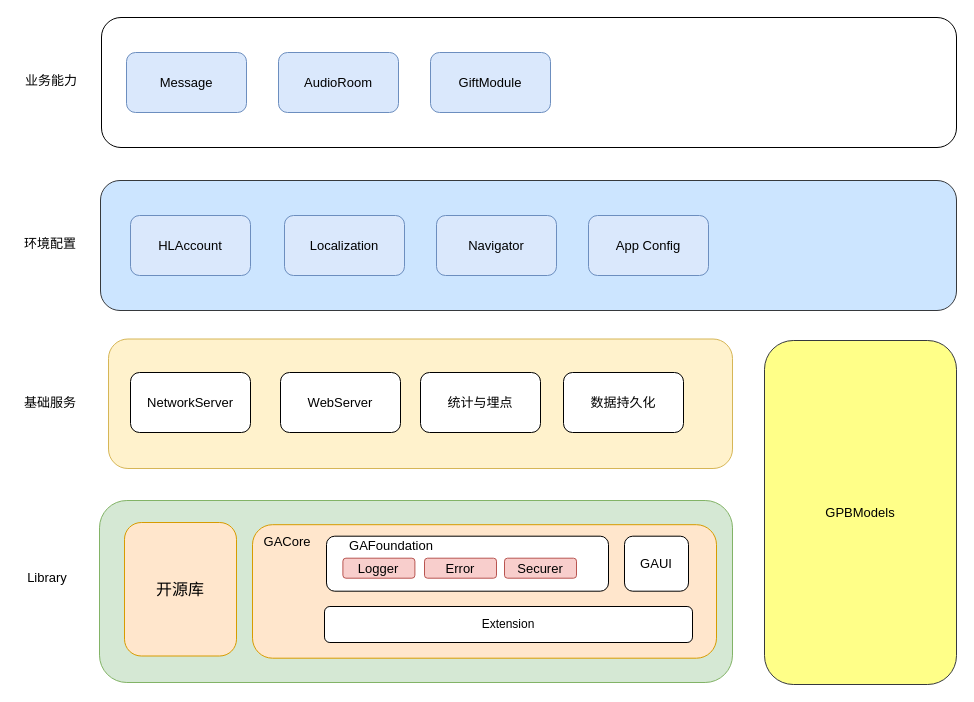
ygg29/UML keeps this draw.io diagram as diagrams/Hala2.0.drawio. Above is the earlier version. Source tidied: cells renumbered, new cells numbered last; positions are measured from the earlier drawing's top-left corner, leaving out a move shared by most shapes. Both pictures are drawn from the tidied source at 100%, with x=0, y=0 at pixel (17, 17).
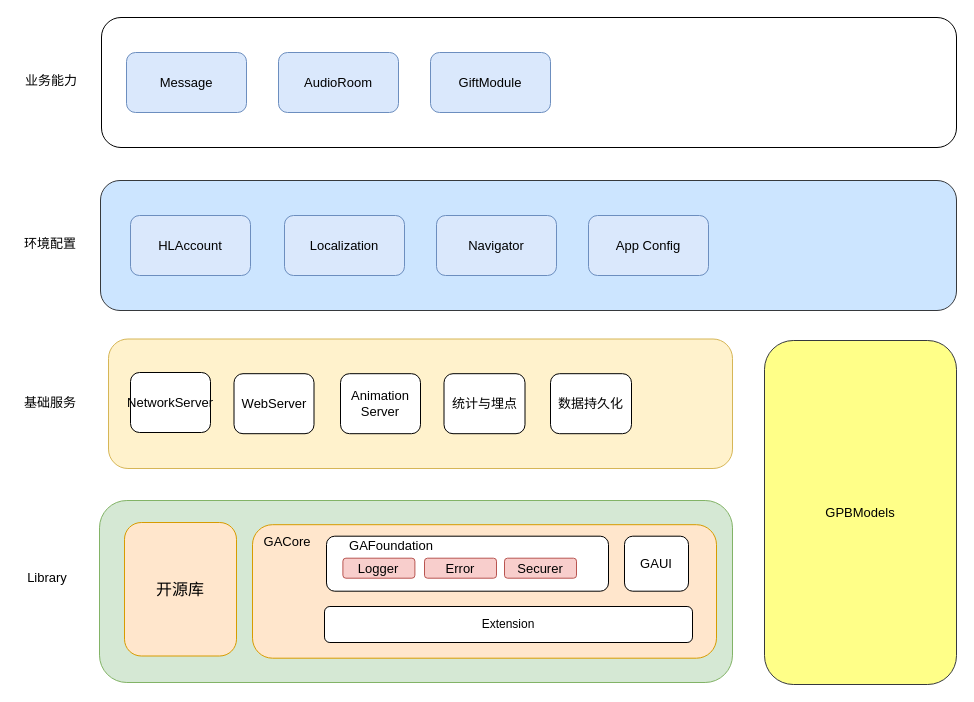
The same diagram, later.

The edit, as a diff of the source:
```diff
@@
     <mxCell id="4" value="NetworkServer" style="rounded=1;whiteSpace=wrap;html=1;fontSize=13;strokeColor=default;" parent="1" vertex="1">
-      <mxGeometry x="113" y="355" width="120" height="60" as="geometry" />
+      <mxGeometry x="113" y="355" width="80" height="60" as="geometry" />
     </mxCell>
     <mxCell id="5" value="WebServer" style="rounded=1;whiteSpace=wrap;html=1;fontSize=13;strokeColor=default;" parent="1" vertex="1">
-      <mxGeometry x="263" y="355" width="120" height="60" as="geometry" />
+      <mxGeometry x="216.5" y="356.2" width="80" height="60" as="geometry" />
     </mxCell>
-    <mxCell id="6" value="统计与埋点" style="rounded=1;whiteSpace=wrap;html=1;fontSize=13;strokeColor=default;" parent="1" vertex="1">
-      <mxGeometry x="403" y="355" width="120" height="60" as="geometry" />
+    <mxCell id="6" value="Animation&lt;br&gt;Server" style="rounded=1;whiteSpace=wrap;html=1;fontSize=13;strokeColor=default;" parent="1" vertex="1">
+      <mxGeometry x="323" y="356.2" width="80" height="60" as="geometry" />
     </mxCell>
-    <mxCell id="7" value="数据持久化" style="rounded=1;whiteSpace=wrap;html=1;fontSize=13;strokeColor=default;" parent="1" vertex="1">
-      <mxGeometry x="546" y="355" width="120" height="60" as="geometry" />
+    <mxCell id="7" value="统计与埋点" style="rounded=1;whiteSpace=wrap;html=1;fontSize=13;strokeColor=default;" parent="1" vertex="1">
+      <mxGeometry x="426.5" y="356.2" width="81" height="60" as="geometry" />
     </mxCell>
@@
+    <mxCell id="35" value="数据持久化" style="rounded=1;whiteSpace=wrap;html=1;fontSize=13;strokeColor=default;" parent="1" vertex="1">
+      <mxGeometry x="533" y="356.2" width="81" height="60" as="geometry" />
+    </mxCell>
```
